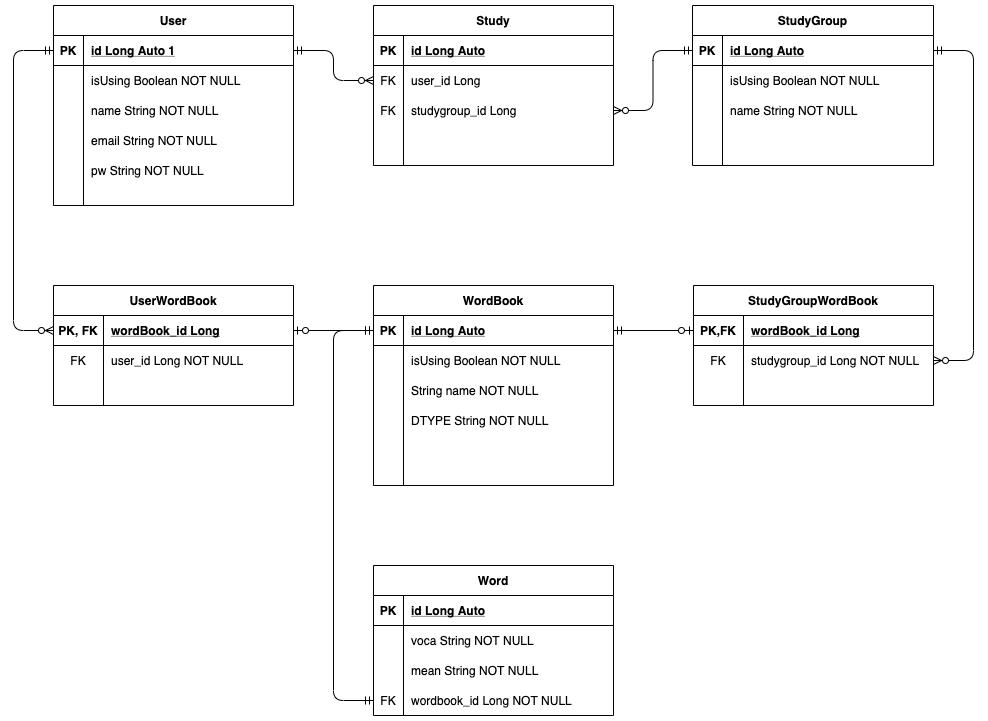
Before: docs/ERD.png, a diagram exported from draw.io (lcy960729/wordbook-backend). Source tidied: cells renumbered, new cells last; positions are measured from the earlier drawing's top-left corner, leaving out a move shared by most shapes.
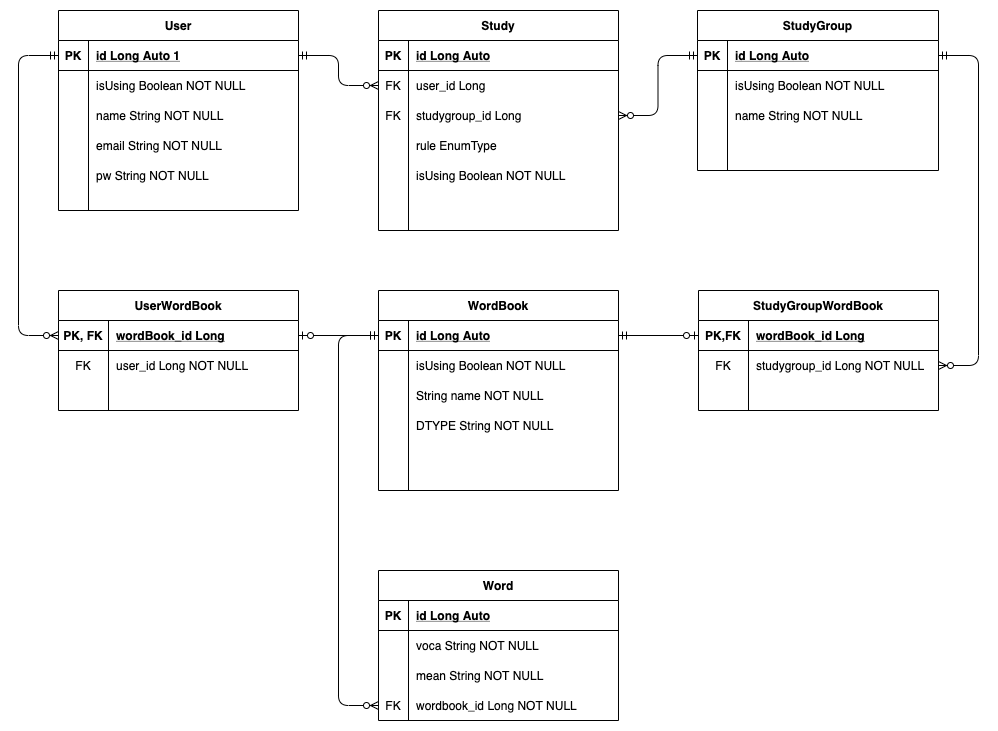
Later version of the same file.

The edit, as a diff of the source:
```diff
@@ -141,7 +141,7 @@
       <mxGeometry x="50" width="190" height="30" as="geometry" />
     </mxCell>
     <mxCell id="48" value="Study" style="shape=table;startSize=30;rowLines=0;fontStyle=1;align=center;" parent="1" vertex="1">
-      <mxGeometry x="360" width="240" height="160" as="geometry" />
+      <mxGeometry x="360" width="240" height="220" as="geometry" />
     </mxCell>
     <mxCell id="49" style="shape=partialRectangle;fillColor=none;top=0;left=0;right=0;bottom=1;" parent="48" vertex="1">
       <mxGeometry y="30" width="240" height="30" as="geometry" />
@@ -170,6 +170,24 @@
     <mxCell id="57" value="studygroup_id Long" style="shape=partialRectangle;fillColor=none;top=0;left=0;bottom=0;right=0;align=left;spacingLeft=6;overflow=hidden;" parent="55" vertex="1">
       <mxGeometry x="30" width="210" height="30" as="geometry" />
     </mxCell>
+    <mxCell id="89" style="shape=partialRectangle;fillColor=none;top=0;left=0;bottom=0;right=0;" parent="48" vertex="1">
+      <mxGeometry y="120" width="240" height="30" as="geometry" />
+    </mxCell>
+    <mxCell id="90" style="shape=partialRectangle;fillColor=none;top=0;left=0;bottom=0;right=0;overflow=hidden;" parent="89" vertex="1">
+      <mxGeometry width="30" height="30" as="geometry" />
+    </mxCell>
+    <mxCell id="91" value="rule EnumType" style="shape=partialRectangle;fillColor=none;top=0;left=0;bottom=0;right=0;align=left;spacingLeft=6;overflow=hidden;" parent="89" vertex="1">
+      <mxGeometry x="30" width="210" height="30" as="geometry" />
+    </mxCell>
+    <mxCell id="92" style="shape=partialRectangle;fillColor=none;top=0;left=0;bottom=0;right=0;" parent="48" vertex="1">
+      <mxGeometry y="150" width="240" height="30" as="geometry" />
+    </mxCell>
+    <mxCell id="93" style="shape=partialRectangle;fillColor=none;top=0;left=0;bottom=0;right=0;overflow=hidden;" parent="92" vertex="1">
+      <mxGeometry width="30" height="30" as="geometry" />
+    </mxCell>
+    <mxCell id="94" value="isUsing Boolean NOT NULL" style="shape=partialRectangle;fillColor=none;top=0;left=0;bottom=0;right=0;align=left;spacingLeft=6;overflow=hidden;" parent="92" vertex="1">
+      <mxGeometry x="30" width="210" height="30" as="geometry" />
+    </mxCell>
     <mxCell id="58" value="StudyGroup" style="shape=table;startSize=30;rowLines=0;fontStyle=1;align=center;" parent="1" vertex="1">
       <mxGeometry x="679" width="241" height="160" as="geometry" />
     </mxCell>
@@ -275,13 +293,19 @@
         </Array>
       </mxGeometry>
     </mxCell>
-    <mxCell id="88" style="edgeStyle=orthogonalEdgeStyle;fontSize=12;html=1;endArrow=ERmandOne;startArrow=ERmandOne;exitX=0;exitY=0.5;exitDx=0;exitDy=0;entryX=0;entryY=0.5;entryDx=0;entryDy=0;" parent="1" edge="1" source="78" target="3">
-      <mxGeometry relative="1" as="geometry">
-        <Array as="points">
-          <mxPoint x="320" y="695" />
-          <mxPoint x="320" y="325" />
-        </Array>
-      </mxGeometry>
-    </mxCell>
+    <mxCell id="95" style="endArrow=none;html=1;rounded=0;" parent="1" edge="1">
+      <mxGeometry relative="1" as="geometry">
+        <mxPoint x="440" y="340" as="sourcePoint" />
+        <mxPoint x="600" y="340" as="targetPoint" />
+      </mxGeometry>
+    </mxCell>
+    <mxCell id="96" style="edgeStyle=orthogonalEdgeStyle;fontSize=12;html=1;endArrow=ERzeroToMany;startArrow=ERmandOne;exitX=0;exitY=0.5;exitDx=0;exitDy=0;entryX=0;entryY=0.5;entryDx=0;entryDy=0;" parent="1" edge="1" source="3" target="78">
+      <mxGeometry relative="1" as="geometry">
+        <Array as="points">
+          <mxPoint x="320" y="325" />
+          <mxPoint x="320" y="695" />
+        </Array>
+      </mxGeometry>
+    </mxCell>
   </root>
 </mxGraphModel>
```
